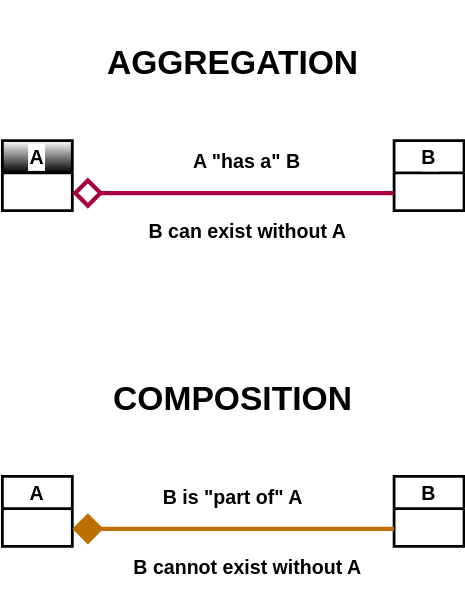
Before: P0_UML_Diagrams/ClassRelationships_Aggregation_Composition.svg, a diagram exported from draw.io (surajit1312/Low_Level_System_Design). Source tidied: cells renumbered, new cells last; positions are measured from the earlier drawing's top-left corner, leaving out a move shared by most shapes.
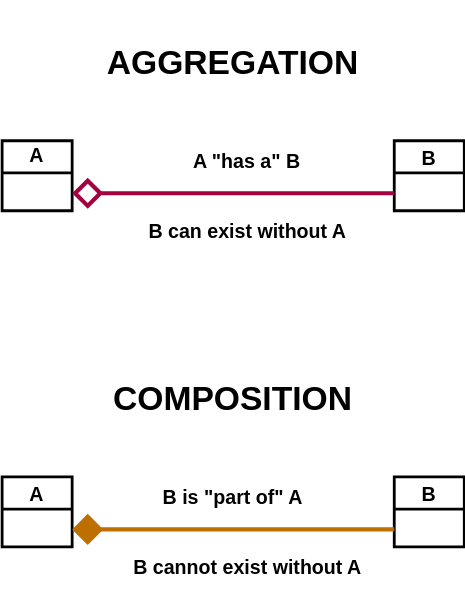
After the change.

Commit message:
feat[LLD][DesignPatterns][UML]: UML diagrams

The edit, as a diff of the source:
```diff
@@ -2,7 +2,7 @@
   <root>
     <mxCell id="0" />
     <mxCell id="1" parent="0" />
-    <mxCell id="2" value="A" style="swimlane;fontStyle=1;startSize=23;fontSize=14;fontColor=#000000;labelBackgroundColor=#FFFFFF;labelBorderColor=#FFFFFF;swimlaneFillColor=#FFFFFF;fillStyle=auto;fillColor=#FFFFFF;gradientColor=default;rounded=0;shadow=0;whiteSpace=wrap;strokeWidth=2;strokeColor=#000000;" parent="1" vertex="1">
+    <mxCell id="2" value="A" style="swimlane;fontStyle=1;startSize=23;fontSize=14;fontColor=#000000;labelBackgroundColor=#FFFFFF;labelBorderColor=none;swimlaneFillColor=#FFFFFF;fillStyle=auto;fillColor=#FFFFFF;gradientColor=none;rounded=0;shadow=0;whiteSpace=wrap;strokeWidth=2;strokeColor=#000000;" parent="1" vertex="1">
       <mxGeometry y="100" width="50" height="50" as="geometry" />
     </mxCell>
     <mxCell id="3" value="B" style="swimlane;fontStyle=1;fontSize=14;fontColor=#000000;labelBorderColor=none;labelBackgroundColor=#FFFFFF;strokeColor=#000000;rounded=0;shadow=0;swimlaneFillColor=none;fillColor=#FFFFFF;strokeWidth=2;" parent="1" vertex="1">
```
